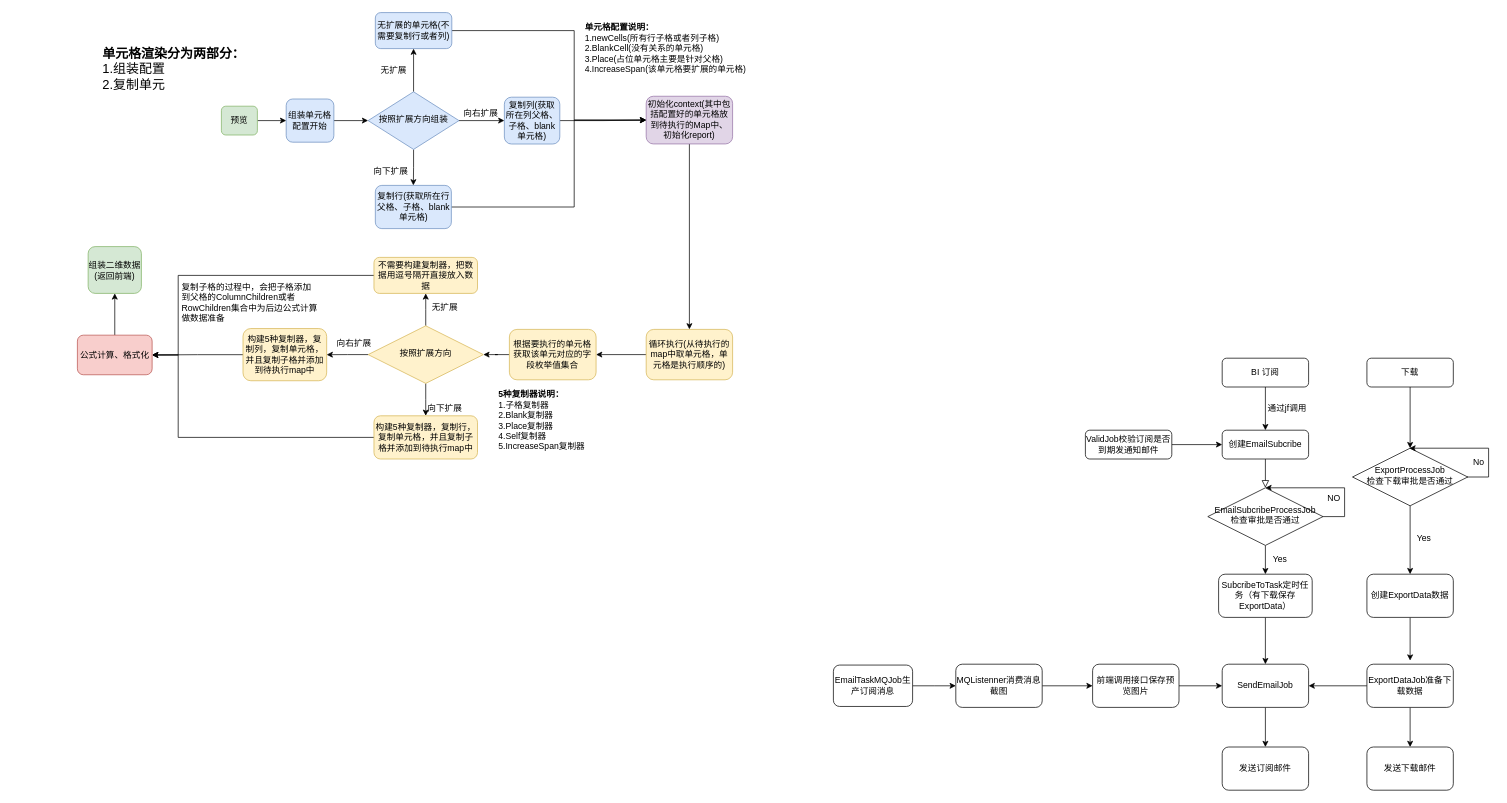
Before: com/cd/Untitled Diagram.drawio in xuedongfeng/oneTest, a draw.io diagram. Source tidied: cells renumbered, new cells numbered last; positions are measured from the earlier drawing's top-left corner, leaving out a move shared by most shapes. Both pictures are drawn from the tidied source at 72%, with x=0, y=0 at pixel (77, 12).
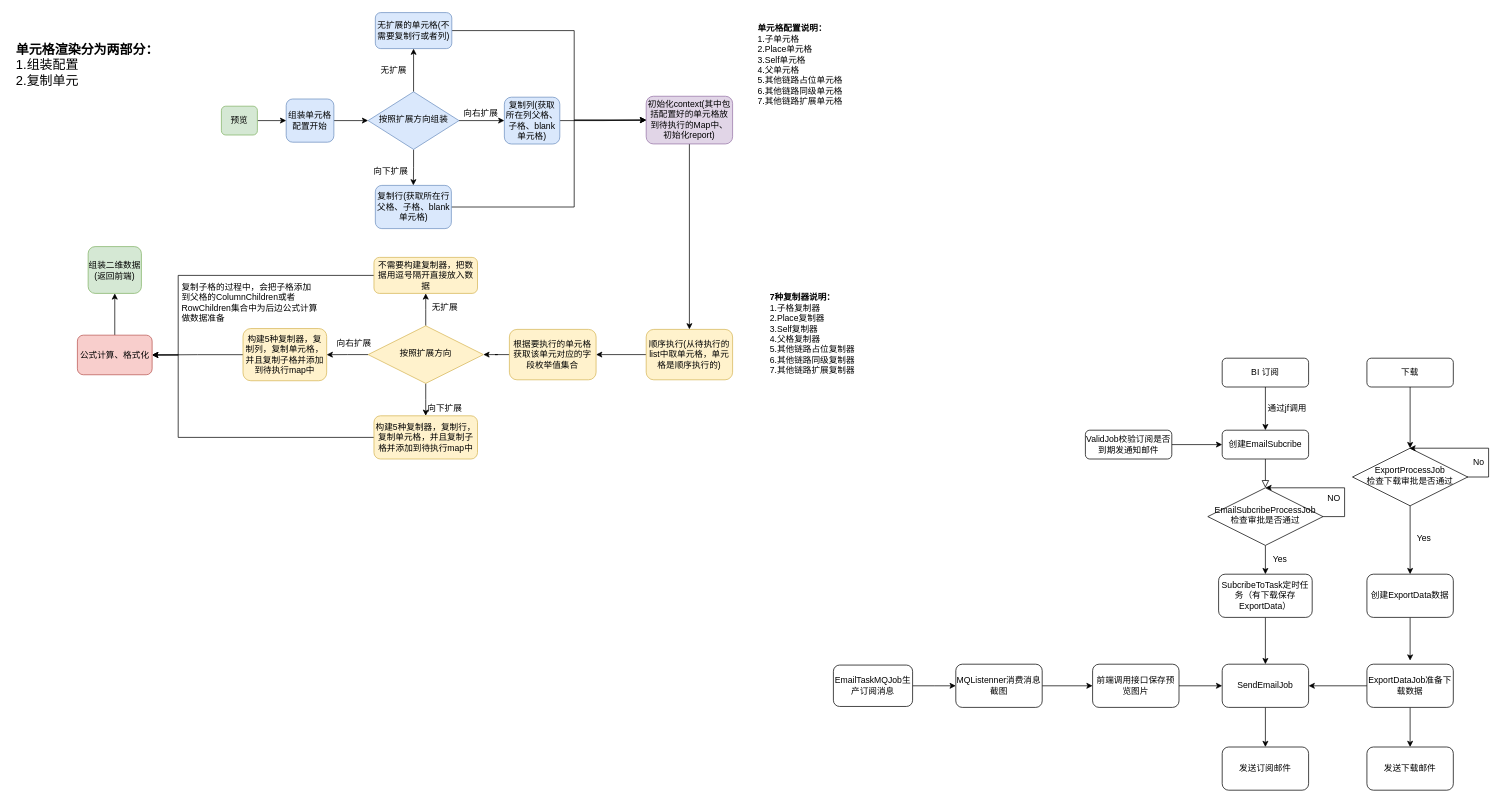
The same page after the edit.

What changed in the source:
```diff
@@
-    <mxCell id="54" value="&lt;br&gt;&lt;b&gt;5种复制器说明：&lt;/b&gt;&lt;br&gt;1.子格复制器&lt;br&gt;2.Blank复制器&lt;br&gt;3.Place复制器&lt;br&gt;4.Self复制器&lt;br&gt;5.IncreaseSpan复制器" style="text;html=1;strokeColor=none;fillColor=none;spacing=5;spacingTop=-20;whiteSpace=wrap;overflow=hidden;rounded=0;" parent="1" vertex="1">
-      <mxGeometry x="580.4" y="520" width="140" height="100" as="geometry" />
+    <mxCell id="54" value="&lt;br&gt;&lt;b&gt;7种复制器说明：&lt;/b&gt;&lt;br&gt;1.子格复制器&lt;br&gt;2.Place复制器&lt;br&gt;3.Self复制器&lt;br&gt;4.父格复制器&lt;br&gt;5.其他链路占位复制器&lt;br&gt;6.其他链路同级复制器&lt;br&gt;7.其他链路扩展复制器" style="text;html=1;strokeColor=none;fillColor=none;spacing=5;spacingTop=-20;whiteSpace=wrap;overflow=hidden;rounded=0;" parent="1" vertex="1">
+      <mxGeometry x="957" y="385" width="159.6" height="120" as="geometry" />
     </mxCell>
-    <mxCell id="55" value="&lt;br&gt;&lt;b&gt;单元格配置说明：&lt;/b&gt;&lt;br&gt;1.newCells(所有行子格或者列子格)&lt;br&gt;2.BlankCell(没有关系的单元格)&lt;br&gt;3.Place(占位单元格主要是针对父格)&lt;br&gt;4.IncreaseSpan(该单元格要扩展的单元格)" style="text;html=1;strokeColor=none;fillColor=none;spacing=5;spacingTop=-20;whiteSpace=wrap;overflow=hidden;rounded=0;" parent="1" vertex="1">
-      <mxGeometry x="700" y="10" width="240" height="80" as="geometry" />
+    <mxCell id="55" value="&lt;br&gt;&lt;b&gt;单元格配置说明：&lt;/b&gt;&lt;br&gt;1.子单元格&lt;br style=&quot;border-color: var(--border-color);&quot;&gt;2.Place单元格&lt;br style=&quot;border-color: var(--border-color);&quot;&gt;3.Self单元格&lt;br style=&quot;border-color: var(--border-color);&quot;&gt;4.父单元格&lt;br style=&quot;border-color: var(--border-color);&quot;&gt;5.其他链路占位单元格&lt;br style=&quot;border-color: var(--border-color);&quot;&gt;6.其他链路同级单元格&lt;br style=&quot;border-color: var(--border-color);&quot;&gt;7.其他链路扩展单元格" style="text;html=1;strokeColor=none;fillColor=none;spacing=5;spacingTop=-20;whiteSpace=wrap;overflow=hidden;rounded=0;" parent="1" vertex="1">
+      <mxGeometry x="940" y="11.2" width="240" height="130" as="geometry" />
     </mxCell>
@@
-    <mxCell id="63" value="循环执行(从待执行的map中取单元格，单元格是执行顺序的)" style="rounded=1;whiteSpace=wrap;html=1;fillColor=#fff2cc;strokeColor=#d6b656;" parent="1" vertex="1">
+    <mxCell id="63" value="顺序执行(从待执行的list中取单元格，单元格是顺序执行的)" style="rounded=1;whiteSpace=wrap;html=1;fillColor=#fff2cc;strokeColor=#d6b656;" parent="1" vertex="1">
       <mxGeometry x="790" y="440" width="120" height="70" as="geometry" />
     </mxCell>
@@
     <mxCell id="80" value="&lt;font style=&quot;font-size: 18px&quot;&gt;&lt;br&gt;&lt;b&gt;单元格渲染分为两部分：&lt;/b&gt;&lt;br&gt;1.组装配置&lt;br&gt;2.复制单元&lt;/font&gt;" style="text;html=1;strokeColor=none;fillColor=none;spacing=5;spacingTop=-20;whiteSpace=wrap;overflow=hidden;rounded=0;" parent="1" vertex="1">
-      <mxGeometry x="30" y="36.2" width="240" height="80" as="geometry" />
+      <mxGeometry x="-90" y="30" width="240" height="80" as="geometry" />
     </mxCell>
```
